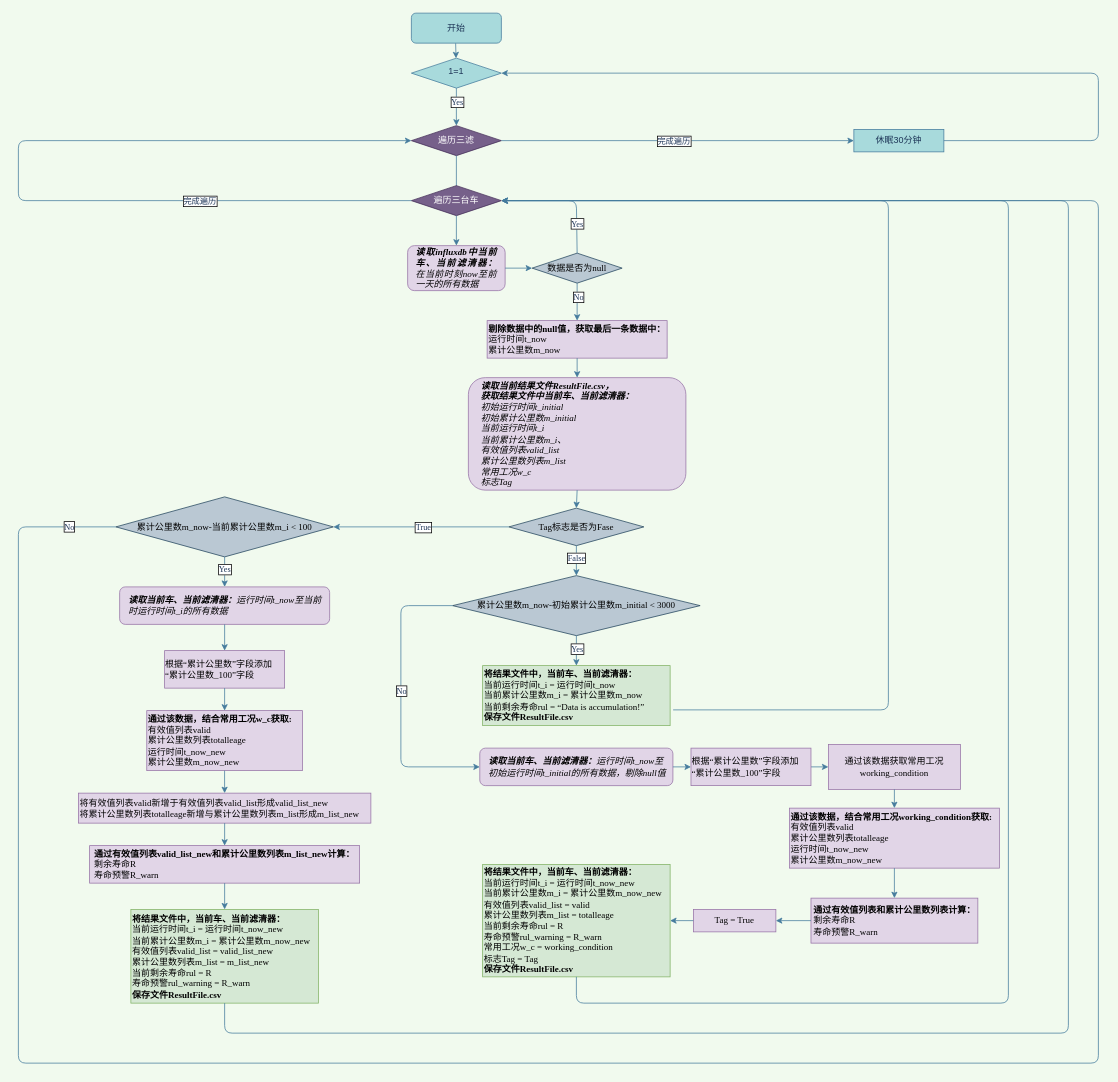
Before: draw/算法流程.drawio in wangwuhua11/draw, a draw.io diagram. Source tidied: cells renumbered, new cells numbered last; positions are measured from the earlier drawing's top-left corner, leaving out a move shared by most shapes. Both pictures are drawn from the tidied source at 75%, with x=0, y=0 at pixel (18, 13).
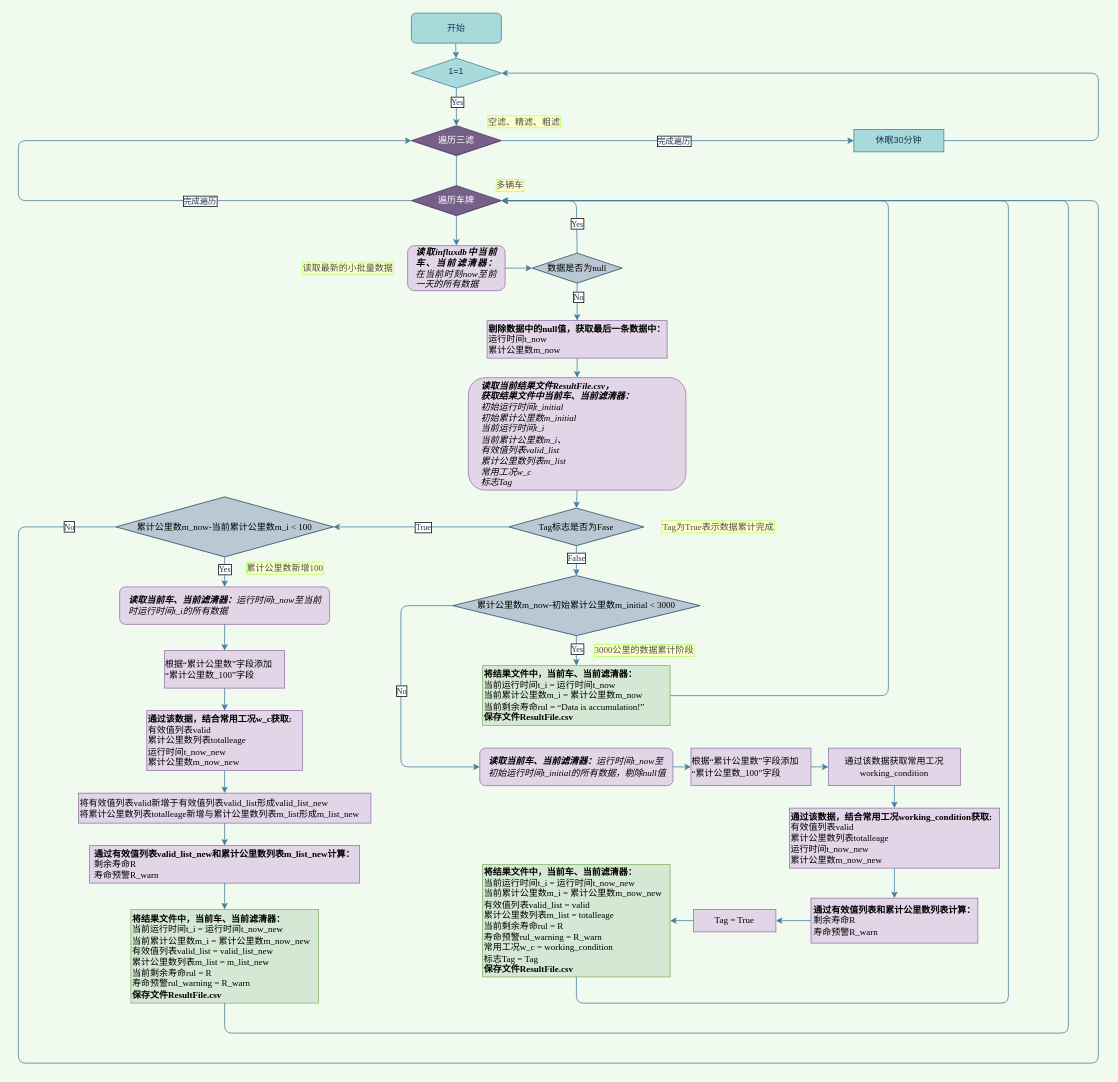
Above is the later version.

Commit message (it also covers changes not shown here):
更新算法流程.drawio

The change refers to these unchanged cells:
```xml
<mxCell id="29" value="&lt;div&gt;&lt;b&gt;将结果文件中，当前车、当前滤清器：&lt;/b&gt;&lt;/div&gt;&lt;div&gt;当前运行时间t_i = 运行时间t_now&lt;/div&gt;&lt;div&gt;当前累计公里数m_i = 累计公里数m_now&lt;/div&gt;&lt;div&gt;当前剩余寿命rul = “Data is accumulation!”&lt;/div&gt;&lt;div&gt;&lt;b&gt;保存文件&lt;/b&gt;&lt;b&gt;ResultFile.csv&lt;/b&gt;&lt;/div&gt;" style="rounded=0;whiteSpace=wrap;html=1;labelBackgroundColor=none;labelBorderColor=none;sketch=0;strokeColor=#82b366;fillColor=#d5e8d4;align=left;fontFamily=Times New Roman;" parent="1" vertex="1">
  <mxGeometry x="619" y="870" width="250" height="80" as="geometry" />
</mxCell>
```

Diff of the diagram source:
```diff
@@
-    <mxCell id="10" value="遍历三台车" style="rhombus;whiteSpace=wrap;html=1;rounded=0;labelBackgroundColor=none;sketch=0;fontColor=#ffffff;strokeColor=#432D57;fillColor=#76608a;" parent="1" vertex="1">
+    <mxCell id="10" value="遍历车牌" style="rhombus;whiteSpace=wrap;html=1;rounded=0;labelBackgroundColor=none;sketch=0;fontColor=#ffffff;strokeColor=#432D57;fillColor=#76608a;" parent="1" vertex="1">
       <mxGeometry x="524" y="230" width="120" height="40" as="geometry" />
     </mxCell>
@@
-    <mxCell id="32" style="endArrow=classic;html=1;rounded=1;labelBackgroundColor=none;sketch=0;fontColor=#1D3557;strokeColor=#457B9D;fillColor=#A8DADC;curved=0;exitX=1;exitY=0.5;exitDx=0;exitDy=0;entryX=1;entryY=0.5;entryDx=0;entryDy=0;" parent="1" edge="1" target="10">
+    <mxCell id="32" style="endArrow=classic;html=1;rounded=1;labelBackgroundColor=none;sketch=0;fontColor=#1D3557;strokeColor=#457B9D;fillColor=#A8DADC;curved=0;exitX=1;exitY=0.5;exitDx=0;exitDy=0;entryX=1;entryY=0.5;entryDx=0;entryDy=0;" parent="1" edge="1" source="29" target="10">
       <mxGeometry relative="1" as="geometry">
-        <mxPoint x="873" y="929" as="sourcePoint" />
         <Array as="points">
-          <mxPoint x="1160" y="929" />
+          <mxPoint x="1160" y="910" />
           <mxPoint x="1160" y="250" />
         </Array>
       </mxGeometry>
     </mxCell>
@@
     <mxCell id="36" value="通过该数据获取常用工况&lt;font face=&quot;Times New Roman&quot;&gt;working_condition&lt;/font&gt;" style="rounded=0;whiteSpace=wrap;html=1;labelBackgroundColor=none;labelBorderColor=none;sketch=0;strokeColor=#9673a6;fillColor=#e1d5e7;" parent="1" vertex="1">
-      <mxGeometry x="1080" y="975" width="176" height="60" as="geometry" />
+      <mxGeometry x="1080" y="980" width="176" height="50" as="geometry" />
     </mxCell>
@@
+    <mxCell id="71" value="Tag为True表示数据累计完成" style="text;html=1;align=center;verticalAlign=middle;strokeColor=none;fillColor=none;fontFamily=Times New Roman;fontColor=#4D4D4D;fontStyle=0;labelBackgroundColor=#FFFFCC;labelBorderColor=#B3FF66;" parent="1" vertex="1">
+      <mxGeometry x="853" y="675" width="160" height="20" as="geometry" />
+    </mxCell>
+    <mxCell id="72" value="空滤、精滤、粗滤" style="text;html=1;align=center;verticalAlign=middle;strokeColor=none;fillColor=none;fontFamily=Times New Roman;fontColor=#4D4D4D;fontStyle=0;labelBackgroundColor=#FFFFCC;labelBorderColor=#B3FF66;spacingRight=10;spacingLeft=10;spacing=2;" parent="1" vertex="1">
+      <mxGeometry x="604" y="135" width="140" height="20" as="geometry" />
+    </mxCell>
+    <mxCell id="73" value="读取最新的小批量数据" style="text;html=1;align=center;verticalAlign=middle;strokeColor=none;fillColor=none;fontFamily=Times New Roman;fontColor=#4D4D4D;fontStyle=0;labelBackgroundColor=#FFFFCC;labelBorderColor=#B3FF66;spacingRight=10;spacingLeft=10;spacing=2;" parent="1" vertex="1">
+      <mxGeometry x="359" y="330" width="160" height="20" as="geometry" />
+    </mxCell>
+    <mxCell id="74" value="3000公里的数据累计阶段" style="text;html=1;align=center;verticalAlign=middle;strokeColor=none;fillColor=none;fontFamily=Times New Roman;fontColor=#4D4D4D;fontStyle=0;labelBackgroundColor=#FFFFCC;labelBorderColor=#B3FF66;" parent="1" vertex="1">
+      <mxGeometry x="759" y="840" width="150" height="20" as="geometry" />
+    </mxCell>
+    <mxCell id="75" value="累计公里数新增100" style="text;html=1;align=center;verticalAlign=middle;strokeColor=none;fillColor=none;fontFamily=Times New Roman;fontColor=#4D4D4D;fontStyle=0;labelBackgroundColor=#FFFFCC;labelBorderColor=#B3FF66;" parent="1" vertex="1">
+      <mxGeometry x="295" y="730" width="120" height="20" as="geometry" />
+    </mxCell>
+    <mxCell id="76" value="多辆车" style="text;html=1;align=center;verticalAlign=middle;strokeColor=none;fillColor=none;fontFamily=Times New Roman;fontColor=#4D4D4D;fontStyle=0;labelBackgroundColor=#FFFFCC;labelBorderColor=#B3FF66;spacingRight=10;spacingLeft=10;spacing=2;" parent="1" vertex="1">
+      <mxGeometry x="615.2" y="220" width="80" height="20" as="geometry" />
+    </mxCell>
```
